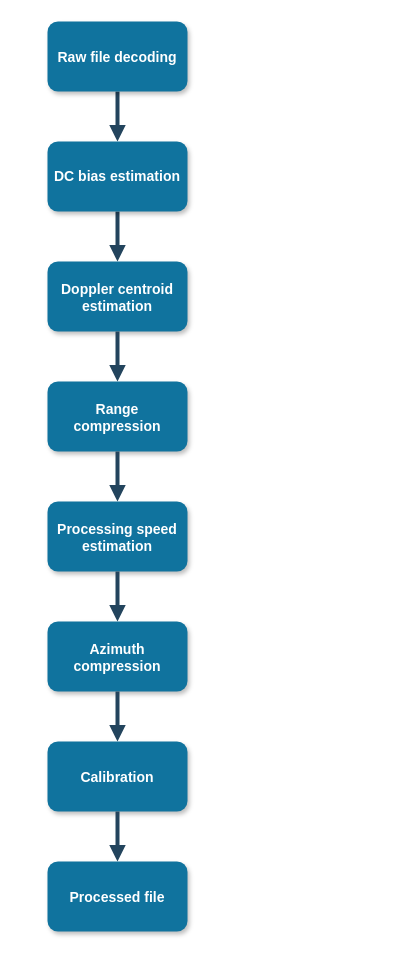
This is sar_focussing.drawio from kautlenbachs/bulpp_diagrams, a draw.io file, before an edit. Source tidied: cells renumbered, new cells numbered last; positions are measured from the earlier drawing's top-left corner, leaving out a move shared by most shapes. Both pictures are drawn from the tidied source at 100%, with x=0, y=0 at pixel (47, 21).
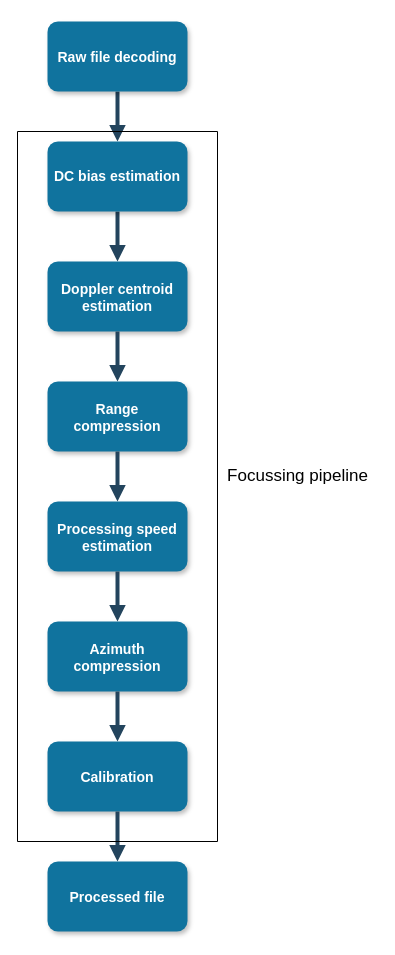
Above is the later version.

The edit, as a diff of the source:
```diff
@@
 <mxGraphModel>
   <root>
     <mxCell id="0" />
     <mxCell id="1" parent="0" />
     <mxCell id="2" style="edgeStyle=orthogonalEdgeStyle;rounded=1;jettySize=auto;html=1;endArrow=block;strokeColor=#23445D;strokeWidth=4;endFill=1;fontStyle=1;" parent="1" edge="1" source="3" target="16">
       <mxGeometry relative="1" as="geometry" />
     </mxCell>
     <mxCell id="3" value="Raw file decoding" style="rounded=1;fillColor=#10739E;strokeColor=none;shadow=1;gradientColor=none;fontStyle=1;fontColor=#FFFFFF;fontSize=14;flipV=1;flipH=0;" parent="1" vertex="1">
       <mxGeometry width="140" height="70" as="geometry" />
     </mxCell>
     <mxCell id="4" value="Doppler centroid&#10;estimation" style="rounded=1;fillColor=#10739E;strokeColor=none;shadow=1;gradientColor=none;fontStyle=1;fontColor=#FFFFFF;fontSize=14;flipV=1;flipH=0;" parent="1" vertex="1">
       <mxGeometry y="240" width="140" height="70" as="geometry" />
     </mxCell>
     <mxCell id="5" value="Range&#10;compression" style="rounded=1;fillColor=#10739E;strokeColor=none;shadow=1;gradientColor=none;fontStyle=1;fontColor=#FFFFFF;fontSize=14;flipV=1;flipH=0;" parent="1" vertex="1">
       <mxGeometry y="360" width="140" height="70" as="geometry" />
     </mxCell>
     <mxCell id="6" value="Processing speed &#10;estimation" style="rounded=1;fillColor=#10739E;strokeColor=none;shadow=1;gradientColor=none;fontStyle=1;fontColor=#FFFFFF;fontSize=14;flipV=1;flipH=0;" parent="1" vertex="1">
       <mxGeometry y="480" width="140" height="70" as="geometry" />
     </mxCell>
     <mxCell id="7" value="Azimuth&#10;compression" style="rounded=1;fillColor=#10739E;strokeColor=none;shadow=1;gradientColor=none;fontStyle=1;fontColor=#FFFFFF;fontSize=14;flipV=1;flipH=0;" parent="1" vertex="1">
       <mxGeometry y="600" width="140" height="70" as="geometry" />
     </mxCell>
     <mxCell id="8" value="Calibration" style="rounded=1;fillColor=#10739E;strokeColor=none;shadow=1;gradientColor=none;fontStyle=1;fontColor=#FFFFFF;fontSize=14;flipV=1;flipH=0;" parent="1" vertex="1">
       <mxGeometry y="720" width="140" height="70" as="geometry" />
     </mxCell>
     <mxCell id="9" style="edgeStyle=elbowEdgeStyle;elbow=vertical;strokeWidth=4;endArrow=block;endFill=1;fontStyle=1;strokeColor=#23445D;" parent="1" edge="1" source="5" target="6">
       <mxGeometry x="-376.3" y="90" as="geometry" />
     </mxCell>
     <mxCell id="10" style="edgeStyle=elbowEdgeStyle;elbow=vertical;strokeWidth=4;endArrow=block;endFill=1;fontStyle=1;strokeColor=#23445D;" parent="1" edge="1" source="6" target="7">
       <mxGeometry x="-376.3" y="100" as="geometry" />
     </mxCell>
     <mxCell id="11" style="edgeStyle=elbowEdgeStyle;elbow=vertical;strokeWidth=4;endArrow=block;endFill=1;fontStyle=1;strokeColor=#23445D;" parent="1" edge="1" source="7" target="8">
       <mxGeometry x="-376.3" y="200" as="geometry" />
     </mxCell>
     <mxCell id="12" style="edgeStyle=elbowEdgeStyle;elbow=vertical;strokeWidth=4;endArrow=block;endFill=1;fontStyle=1;strokeColor=#23445D;exitX=0.5;exitY=1;exitDx=0;exitDy=0;" parent="1" edge="1" source="4" target="5">
       <mxGeometry x="-481.3" y="-10" as="geometry" />
     </mxCell>
     <mxCell id="13" value="Processed file" style="rounded=1;fillColor=#10739E;strokeColor=none;shadow=1;gradientColor=none;fontStyle=1;fontColor=#FFFFFF;fontSize=14;flipV=1;flipH=0;" parent="1" vertex="1">
       <mxGeometry y="840" width="140" height="70" as="geometry" />
     </mxCell>
     <mxCell id="14" style="edgeStyle=orthogonalEdgeStyle;rounded=1;jettySize=auto;html=1;endArrow=block;strokeColor=#23445D;strokeWidth=4;endFill=1;fontStyle=1;" parent="1" edge="1" source="8" target="13">
       <mxGeometry relative="1" as="geometry" />
     </mxCell>
     <mxCell id="15" style="edgeStyle=orthogonalEdgeStyle;rounded=1;jettySize=auto;html=1;endArrow=block;strokeColor=#23445D;strokeWidth=4;endFill=1;fontStyle=1;" parent="1" edge="1" source="16" target="4">
       <mxGeometry relative="1" as="geometry" />
     </mxCell>
     <mxCell id="16" value="DC bias estimation" style="rounded=1;whiteSpace=wrap;html=1;fontSize=14;fillColor=#10739E;strokeColor=none;fontColor=#FFFFFF;shadow=1;gradientColor=none;fontStyle=1;" parent="1" vertex="1">
       <mxGeometry y="120" width="140" height="70" as="geometry" />
     </mxCell>
+    <mxCell id="17" style="swimlane;startSize=0;" parent="1" vertex="1">
+      <mxGeometry x="-30" y="110" width="200" height="710" as="geometry" />
+    </mxCell>
+    <mxCell id="18" value="&lt;div style=&quot;font-size: 13px;&quot;&gt;&lt;font style=&quot;font-size: 17px;&quot;&gt;Focussing pipeline&lt;/font&gt;&lt;/div&gt;" style="text;html=1;align=center;verticalAlign=middle;strokeColor=none;fillColor=none;" parent="1" vertex="1">
+      <mxGeometry x="170" y="440" width="160" height="30" as="geometry" />
+    </mxCell>
   </root>
 </mxGraphModel>
```
